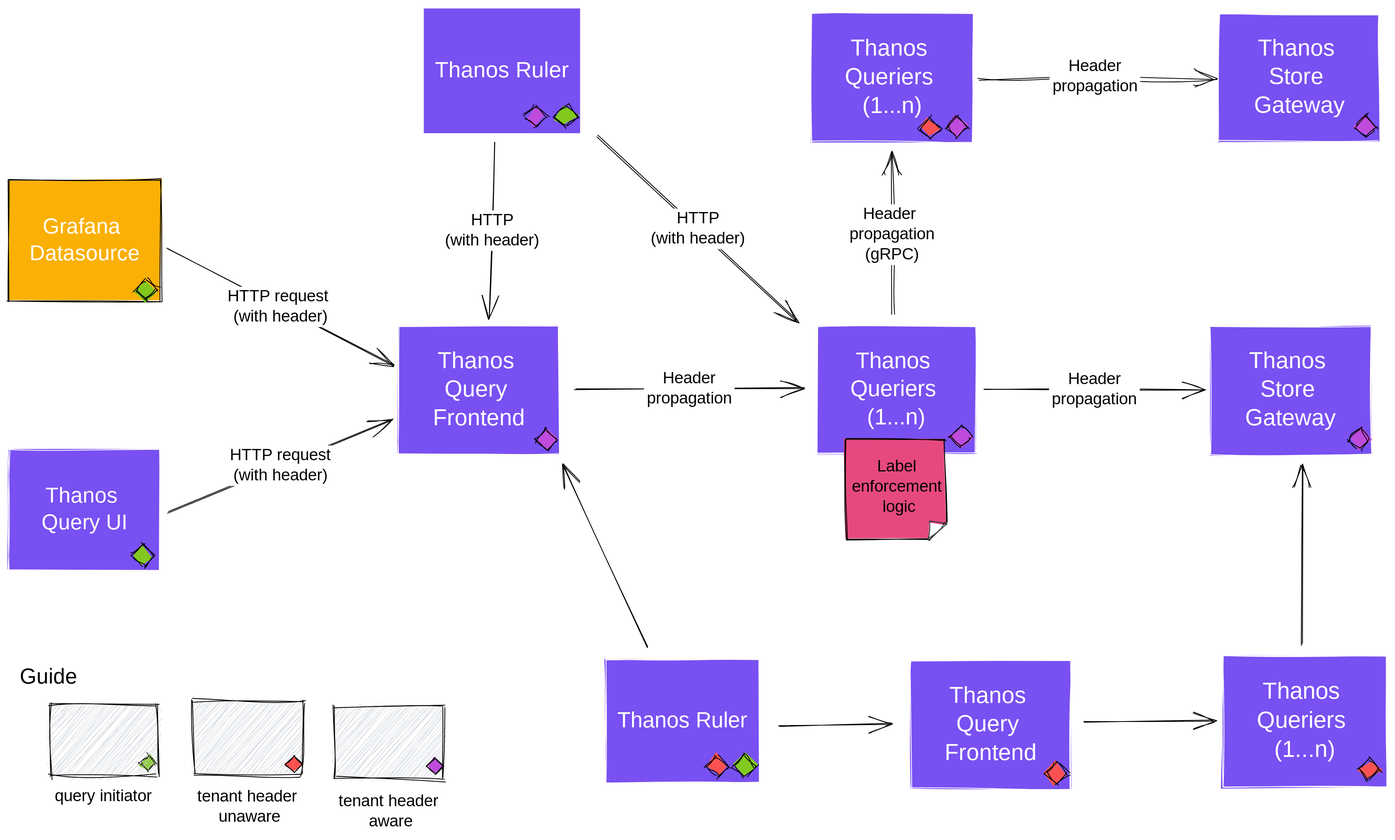
Before: docs/img/query-path-tenancy-proposal-diagram.svg, a diagram exported from Excalidraw (thanos-io/thanos). Source tidied: one line per element, renumbered; positions are measured from the earlier drawing's top-left corner, leaving out a move shared by most shapes.
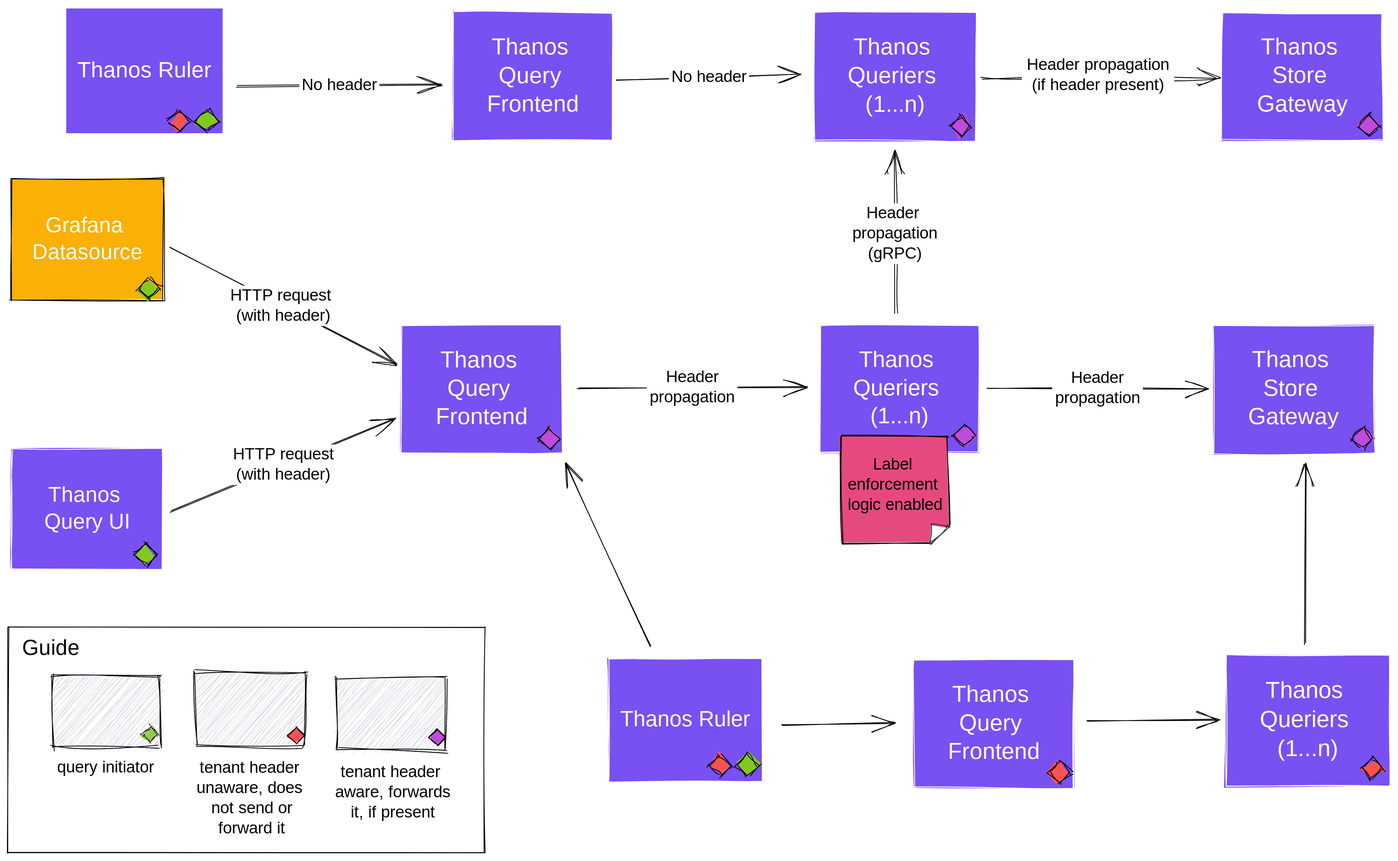
After the commit.

The edit, as a diff of the source:
```diff
@@ -12,8 +12,8 @@
 {"id": 11, "type": "text", "text": "HTTP request \n(with header)", "strokeColor": "#000000", "strokeWidth": 1, "roughness": 1, "fontSize": 20, "fontFamily": 1, "textAlign": "center", "verticalAlign": "middle", "inside": 10, "x": 261, "y": 345, "width": 151, "height": 50}
 {"id": 12, "type": "arrow", "strokeColor": "#000000", "strokeWidth": 1, "roughness": 1, "endArrowhead": "arrow", "round": true, "from": 4, "to": 6, "x": 198, "y": 624, "width": 278, "height": 116, "points": [[0, 0], [278, -116]]}
 {"id": 13, "type": "text", "text": "HTTP request\n(with header)", "strokeColor": "#000000", "strokeWidth": 1, "roughness": 1, "fontSize": 20, "fontFamily": 1, "textAlign": "center", "verticalAlign": "middle", "inside": 12, "x": 266, "y": 541, "width": 141, "height": 50}
-{"id": 14, "type": "arrow", "strokeColor": "#000000", "backgroundColor": "#7950f2", "fillStyle": "hachure", "strokeWidth": 1, "roughness": 1, "endArrowhead": "arrow", "round": true, "from": 51, "to": 0, "x": 729, "y": 158, "width": 249, "height": 230, "points": [[0, 0], [249, 230]]}
+{"id": 14, "type": "arrow", "strokeColor": "#000000", "backgroundColor": "#7950f2", "fillStyle": "hachure", "strokeWidth": 1, "roughness": 1, "endArrowhead": "arrow", "round": true, "from": 51, "to": 69, "x": 279, "y": 98, "width": 253, "height": 2, "points": [[0, 0], [253, -2]]}
-{"id": 15, "type": "text", "text": "HTTP\n(with header)", "strokeColor": "#000000", "strokeWidth": 1, "roughness": 1, "fontSize": 20, "fontFamily": 1, "textAlign": "center", "verticalAlign": "middle", "inside": 14, "x": 790, "y": 250, "width": 128, "height": 50}
+{"id": 15, "type": "text", "text": "No header", "strokeColor": "#000000", "strokeWidth": 1, "roughness": 1, "fontSize": 20, "fontFamily": 1, "textAlign": "center", "verticalAlign": "middle", "inside": 14, "x": 348, "y": 81, "width": 99, "height": 25}
 {"id": 16, "type": "rectangle", "strokeColor": "#fff", "backgroundColor": "#7950f2", "fillStyle": "solid", "strokeWidth": 1, "roughness": 1, "x": 1116, "y": 807, "width": 199, "height": 159}
 {"id": 17, "type": "text", "text": "Thanos \nQuery \nFrontend", "strokeColor": "#fff", "strokeWidth": 1, "roughness": 1, "fontSize": 28.25, "fontFamily": 1, "textAlign": "center", "verticalAlign": "middle", "inside": 16, "x": 1156, "y": 834, "width": 118, "height": 106}
 {"id": 18, "type": "rectangle", "strokeColor": "#fff", "backgroundColor": "#7950f2", "fillStyle": "solid", "strokeWidth": 1, "roughness": 1, "x": 739, "y": 806, "width": 191, "height": 152}
@@ -27,43 +27,45 @@
 {"id": 26, "type": "text", "text": "Header\npropagation", "strokeColor": "#000000", "backgroundColor": "#7950f2", "fillStyle": "solid", "strokeWidth": 1, "roughness": 1, "fontSize": 20, "fontFamily": 1, "textAlign": "center", "verticalAlign": "middle", "inside": 25, "x": 786, "y": 446, "width": 112, "height": 50}
 {"id": 27, "type": "arrow", "strokeColor": "#000000", "strokeWidth": 1, "roughness": 1, "endArrowhead": "arrow", "from": 0, "to": 8, "x": 1207, "y": 471, "width": 273, "height": 1, "points": [[0, 0], [273, 1]]}
 {"id": 28, "type": "text", "text": "Header\npropagation", "strokeColor": "#000000", "strokeWidth": 1, "roughness": 1, "fontSize": 20, "fontFamily": 1, "textAlign": "center", "verticalAlign": "middle", "inside": 27, "x": 1288, "y": 447, "width": 112, "height": 50}
-{"id": 29, "type": "line", "strokeColor": "#000000", "backgroundColor": "#e64980", "fillStyle": "solid", "strokeWidth": 1, "roughness": 1, "x": 1035, "y": 534, "width": 126, "height": 124, "points": [[0, 0], [123, 0], [126, 104], [105, 123], [1, 124], [0, 0]]}
+{"id": 29, "type": "line", "strokeColor": "#000000", "backgroundColor": "#e64980", "fillStyle": "solid", "strokeWidth": 1, "roughness": 1, "x": 1026, "y": 531, "width": 135, "height": 133, "points": [[0, 0], [132, 0], [135, 111], [113, 132], [1, 133], [0, 0]]}
-{"id": 30, "type": "line", "strokeColor": "#343a40", "backgroundColor": "white", "fillStyle": "solid", "strokeWidth": 1, "roughness": 1, "x": 1160, "y": 638, "width": 21, "height": 23, "points": [[0, 0], [-20, -3], [-21, 20], [0, 0]]}
+{"id": 30, "type": "line", "strokeColor": "#343a40", "backgroundColor": "white", "fillStyle": "solid", "strokeWidth": 1, "roughness": 1, "x": 1160, "y": 643, "width": 23, "height": 24, "points": [[0, 0], [-22, -3], [-23, 21], [0, 0]]}
-{"id": 31, "type": "text", "text": "Label \nenforcement \nlogic", "strokeColor": "#000000", "strokeWidth": 1, "roughness": 1, "fontSize": 20, "fontFamily": 1, "textAlign": "center", "x": 1040, "y": 555, "width": 125, "height": 75}
+{"id": 31, "type": "text", "text": "Label \nenforcement \nlogic enabled", "strokeColor": "#000000", "strokeWidth": 1, "roughness": 1, "fontSize": 19.97, "fontFamily": 1, "textAlign": "center", "x": 1031, "y": 554, "width": 125, "height": 75}
-{"id": 32, "type": "arrow", "strokeColor": "#000000", "backgroundColor": "#fab005", "fillStyle": "solid", "strokeWidth": 1, "roughness": 1, "endArrowhead": "arrow", "from": 51, "to": 6, "x": 602, "y": 167, "width": 6, "height": 217, "points": [[0, 0], [-6, 217]]}
+{"id": 32, "type": "arrow", "strokeColor": "#000000", "backgroundColor": "#fab005", "fillStyle": "solid", "strokeWidth": 1, "roughness": 1, "endArrowhead": "arrow", "from": 69, "to": 65, "x": 748, "y": 91, "width": 229, "height": 8, "points": [[0, 0], [229, -8]]}
-{"id": 33, "type": "text", "text": "HTTP\n(with header)", "strokeColor": "#000000", "backgroundColor": "#fab005", "fillStyle": "solid", "strokeWidth": 1, "roughness": 1, "fontSize": 20, "fontFamily": 1, "textAlign": "center", "verticalAlign": "middle", "inside": 32, "x": 535, "y": 250, "width": 128, "height": 50}
+{"id": 33, "type": "text", "text": "No header", "strokeColor": "#000000", "backgroundColor": "#fab005", "fillStyle": "solid", "strokeWidth": 1, "roughness": 1, "fontSize": 20, "fontFamily": 1, "textAlign": "center", "verticalAlign": "middle", "inside": 32, "x": 814, "y": 74, "width": 99, "height": 25}
 {"id": 34, "type": "arrow", "strokeColor": "#000000", "backgroundColor": "#fab005", "fillStyle": "solid", "strokeWidth": 1, "roughness": 1, "endArrowhead": "arrow", "from": 18, "to": 6, "x": 791, "y": 790, "width": 104, "height": 225, "points": [[0, 0], [-104, -225]]}
 {"id": 35, "type": "diamond", "strokeColor": "#000000", "backgroundColor": "#82c91e", "fillStyle": "solid", "strokeWidth": 1, "roughness": 2, "x": 157, "y": 335, "width": 27, "height": 26}
 {"id": 36, "type": "diamond", "strokeColor": "#000000", "backgroundColor": "#82c91e", "fillStyle": "solid", "strokeWidth": 1, "roughness": 2, "x": 153, "y": 664, "width": 27, "height": 26}
 {"id": 37, "type": "diamond", "strokeColor": "#000000", "backgroundColor": "#82c91e", "fillStyle": "solid", "strokeWidth": 1, "roughness": 2, "x": 897, "y": 924, "width": 27, "height": 26}
 {"id": 38, "type": "arrow", "strokeColor": "#000000", "backgroundColor": "#82c91e", "fillStyle": "solid", "strokeWidth": 1, "roughness": 2, "endArrowhead": "arrow", "from": 0, "to": 65, "x": 1094, "y": 380, "width": 2, "height": 199, "points": [[0, 0], [-2, -199]]}
 {"id": 39, "type": "text", "text": "Header \npropagation\n(gRPC)", "strokeColor": "#000000", "backgroundColor": "#82c91e", "fillStyle": "solid", "strokeWidth": 1, "roughness": 2, "fontSize": 20, "fontFamily": 1, "textAlign": "center", "verticalAlign": "middle", "inside": 38, "x": 1037, "y": 243, "width": 112, "height": 75}
-{"id": 40, "type": "diamond", "strokeColor": "#000000", "backgroundColor": "#82c91e", "fillStyle": "solid", "strokeWidth": 1, "roughness": 2, "x": 162, "y": 924, "width": 20, "height": 20}
+{"id": 40, "type": "diamond", "strokeColor": "#000000", "backgroundColor": "#82c91e", "fillStyle": "solid", "strokeWidth": 1, "roughness": 2, "x": 161, "y": 889, "width": 20, "height": 20}
-{"id": 41, "type": "rectangle", "strokeColor": "#000000", "backgroundColor": "#ced4da", "fillStyle": "hachure", "strokeWidth": 1, "roughness": 2, "x": 51, "y": 861, "width": 135, "height": 90}
+{"id": 41, "type": "rectangle", "strokeColor": "#000000", "backgroundColor": "#ced4da", "fillStyle": "hachure", "strokeWidth": 1, "roughness": 2, "x": 50, "y": 827, "width": 135, "height": 90}
-{"id": 42, "type": "text", "text": "query initiator", "strokeColor": "#000000", "backgroundColor": "#ced4da", "fillStyle": "hachure", "strokeWidth": 1, "roughness": 2, "fontSize": 20, "fontFamily": 1, "textAlign": "center", "x": 48, "y": 962, "width": 139, "height": 25}
+{"id": 42, "type": "text", "text": "query initiator", "strokeColor": "#000000", "backgroundColor": "#ced4da", "fillStyle": "hachure", "strokeWidth": 1, "roughness": 2, "fontSize": 20, "fontFamily": 1, "textAlign": "center", "x": 47, "y": 928, "width": 139, "height": 25}
 {"id": 43, "type": "rectangle", "strokeColor": "#fff", "backgroundColor": "#7950f2", "fillStyle": "solid", "strokeWidth": 1, "roughness": 1, "x": 1498, "y": 7, "width": 199, "height": 159}
 {"id": 44, "type": "text", "text": "Thanos \nStore \nGateway", "strokeColor": "#fff", "strokeWidth": 1, "roughness": 1, "fontSize": 28.22, "fontFamily": 1, "textAlign": "center", "verticalAlign": "middle", "inside": 43, "x": 1536, "y": 33, "width": 122, "height": 106}
 {"id": 45, "type": "arrow", "strokeColor": "#000000", "backgroundColor": "#ced4da", "fillStyle": "hachure", "strokeWidth": 1, "roughness": 2, "endArrowhead": "arrow", "from": 65, "to": 43, "x": 1200, "y": 90, "width": 294, "height": 6, "points": [[0, 0], [144, -5], [294, 1]]}
-{"id": 46, "type": "text", "text": "Header\npropagation", "strokeColor": "#000000", "backgroundColor": "#ced4da", "fillStyle": "hachure", "strokeWidth": 1, "roughness": 2, "fontSize": 20, "fontFamily": 1, "textAlign": "center", "verticalAlign": "middle", "inside": 45, "x": 1288, "y": 60, "width": 112, "height": 50}
+{"id": 46, "type": "text", "text": "Header propagation\n(if header present)", "strokeColor": "#000000", "backgroundColor": "#ced4da", "fillStyle": "hachure", "strokeWidth": 1, "roughness": 2, "fontSize": 20, "fontFamily": 1, "textAlign": "center", "verticalAlign": "middle", "inside": 45, "x": 1250, "y": 60, "width": 188, "height": 50}
-{"id": 47, "type": "text", "text": "Guide", "strokeColor": "#000000", "backgroundColor": "#ced4da", "fillStyle": "hachure", "strokeWidth": 1, "roughness": 2, "fontSize": 26.58, "fontFamily": 1, "textAlign": "center", "x": 14, "y": 811, "width": 72, "height": 33}
+{"id": 47, "type": "text", "text": "Guide", "strokeColor": "#000000", "backgroundColor": "#ced4da", "fillStyle": "hachure", "strokeWidth": 1, "roughness": 2, "fontSize": 26.58, "fontFamily": 1, "textAlign": "center", "x": 13, "y": 777, "width": 72, "height": 33}
 {"id": 48, "type": "diamond", "strokeColor": "#000000", "backgroundColor": "#fa5252", "fillStyle": "solid", "strokeWidth": 1, "roughness": 2, "x": 863, "y": 924, "width": 27, "height": 26}
 {"id": 49, "type": "diamond", "strokeColor": "#000000", "backgroundColor": "#fa5252", "fillStyle": "solid", "strokeWidth": 1, "roughness": 2, "x": 1283, "y": 933, "width": 27, "height": 26}
 {"id": 50, "type": "diamond", "strokeColor": "#000000", "backgroundColor": "#fa5252", "fillStyle": "solid", "strokeWidth": 1, "roughness": 2, "x": 1669, "y": 927, "width": 27, "height": 26}
-{"id": 51, "type": "rectangle", "strokeColor": "#fff", "backgroundColor": "#7950f2", "fillStyle": "solid", "strokeWidth": 1, "roughness": 0, "x": 513, "y": 0, "width": 194, "height": 155}
+{"id": 51, "type": "rectangle", "strokeColor": "#fff", "backgroundColor": "#7950f2", "fillStyle": "solid", "strokeWidth": 1, "roughness": 0, "x": 68, "y": 1, "width": 194, "height": 155}
-{"id": 52, "type": "text", "text": "Thanos Ruler", "strokeColor": "#fff", "strokeWidth": 1, "roughness": 1, "fontSize": 27.52, "fontFamily": 1, "textAlign": "center", "verticalAlign": "middle", "inside": 51, "x": 521, "y": 60, "width": 179, "height": 34}
+{"id": 52, "type": "text", "text": "Thanos Ruler", "strokeColor": "#fff", "strokeWidth": 1, "roughness": 1, "fontSize": 27.52, "fontFamily": 1, "textAlign": "center", "verticalAlign": "middle", "inside": 51, "x": 75, "y": 62, "width": 179, "height": 34}
-{"id": 53, "type": "diamond", "strokeColor": "#000000", "backgroundColor": "#82c91e", "fillStyle": "solid", "strokeWidth": 1, "roughness": 2, "x": 676, "y": 121, "width": 27, "height": 26}
+{"id": 53, "type": "diamond", "strokeColor": "#000000", "backgroundColor": "#82c91e", "fillStyle": "solid", "strokeWidth": 1, "roughness": 2, "x": 228, "y": 128, "width": 27, "height": 26}
-{"id": 54, "type": "diamond", "strokeColor": "#000000", "backgroundColor": "#be4bdb", "fillStyle": "solid", "strokeWidth": 1, "roughness": 2, "x": 639, "y": 119, "width": 27, "height": 26}
+{"id": 54, "type": "diamond", "strokeColor": "#000000", "backgroundColor": "#fa5252", "fillStyle": "solid", "strokeWidth": 1, "roughness": 2, "x": 194, "y": 127, "width": 27, "height": 26}
 {"id": 55, "type": "diamond", "strokeColor": "#000000", "backgroundColor": "#be4bdb", "fillStyle": "solid", "strokeWidth": 1, "roughness": 2, "x": 652, "y": 520, "width": 27, "height": 26}
 {"id": 56, "type": "diamond", "strokeColor": "#000000", "backgroundColor": "#be4bdb", "fillStyle": "solid", "strokeWidth": 1, "roughness": 2, "x": 1165, "y": 516, "width": 27, "height": 26}
 {"id": 57, "type": "diamond", "strokeColor": "#000000", "backgroundColor": "#be4bdb", "fillStyle": "solid", "strokeWidth": 1, "roughness": 2, "x": 1665, "y": 133, "width": 27, "height": 26}
 {"id": 58, "type": "diamond", "strokeColor": "#000000", "backgroundColor": "#be4bdb", "fillStyle": "solid", "strokeWidth": 1, "roughness": 2, "x": 1657, "y": 520, "width": 27, "height": 26}
-{"id": 59, "type": "rectangle", "strokeColor": "#000000", "backgroundColor": "#ced4da", "fillStyle": "hachure", "strokeWidth": 1, "roughness": 2, "x": 229, "y": 857, "width": 135, "height": 90}
+{"id": 59, "type": "rectangle", "strokeColor": "#000000", "backgroundColor": "#ced4da", "fillStyle": "hachure", "strokeWidth": 1, "roughness": 2, "x": 228, "y": 823, "width": 135, "height": 90}
-{"id": 60, "type": "diamond", "strokeColor": "#000000", "backgroundColor": "#fa5252", "fillStyle": "solid", "strokeWidth": 1, "roughness": 1, "x": 343, "y": 925, "width": 20, "height": 20}
+{"id": 60, "type": "diamond", "strokeColor": "#000000", "backgroundColor": "#fa5252", "fillStyle": "solid", "strokeWidth": 1, "roughness": 1, "x": 342, "y": 891, "width": 20, "height": 20}
-{"id": 61, "type": "text", "text": "tenant header \nunaware", "strokeColor": "#000000", "backgroundColor": "#ced4da", "fillStyle": "hachure", "strokeWidth": 1, "roughness": 2, "fontSize": 20, "fontFamily": 1, "textAlign": "center", "x": 223, "y": 963, "width": 151, "height": 50}
+{"id": 61, "type": "text", "text": "tenant header \nunaware, does \nnot send or\nforward it", "strokeColor": "#000000", "backgroundColor": "#ced4da", "fillStyle": "hachure", "strokeWidth": 1, "roughness": 2, "fontSize": 20, "fontFamily": 1, "textAlign": "center", "x": 222, "y": 929, "width": 151, "height": 100}
-{"id": 62, "type": "rectangle", "strokeColor": "#000000", "backgroundColor": "#ced4da", "fillStyle": "hachure", "strokeWidth": 1, "roughness": 2, "x": 403, "y": 864, "width": 135, "height": 90}
+{"id": 62, "type": "rectangle", "strokeColor": "#000000", "backgroundColor": "#ced4da", "fillStyle": "hachure", "strokeWidth": 1, "roughness": 2, "x": 403, "y": 829, "width": 135, "height": 90}
-{"id": 63, "type": "diamond", "strokeColor": "#000000", "backgroundColor": "#be4bdb", "fillStyle": "solid", "strokeWidth": 1, "roughness": 1, "x": 517, "y": 927, "width": 20, "height": 20}
+{"id": 63, "type": "diamond", "strokeColor": "#000000", "backgroundColor": "#be4bdb", "fillStyle": "solid", "strokeWidth": 1, "roughness": 1, "x": 517, "y": 893, "width": 20, "height": 20}
-{"id": 64, "type": "text", "text": "tenant header \naware", "strokeColor": "#000000", "backgroundColor": "#ced4da", "fillStyle": "hachure", "strokeWidth": 1, "roughness": 2, "fontSize": 20, "fontFamily": 1, "textAlign": "center", "x": 398, "y": 969, "width": 151, "height": 50}
 {"id": 65, "type": "rectangle", "strokeColor": "#fff", "backgroundColor": "#7950f2", "fillStyle": "solid", "strokeWidth": 1, "roughness": 1, "x": 993, "y": 6, "width": 201, "height": 160}
 {"id": 66, "type": "text", "text": "Thanos \nQueriers \n(1...n)", "strokeColor": "#fff", "strokeWidth": 1, "roughness": 1, "fontSize": 28.47, "fontFamily": 1, "textAlign": "center", "verticalAlign": "middle", "inside": 65, "x": 1030, "y": 33, "width": 128, "height": 107}
-{"id": 67, "type": "diamond", "strokeColor": "#000000", "backgroundColor": "#be4bdb", "fillStyle": "solid", "strokeWidth": 1, "roughness": 2, "x": 1160, "y": 133, "width": 27, "height": 26}
-{"id": 68, "type": "diamond", "strokeColor": "#000000", "backgroundColor": "#fa5252", "fillStyle": "solid", "strokeWidth": 1, "roughness": 2, "x": 1126, "y": 136, "width": 27, "height": 26}
+{"id": 64, "type": "text", "text": "tenant header \naware, forwards\nit, if present", "strokeColor": "#000000", "backgroundColor": "#ced4da", "fillStyle": "hachure", "strokeWidth": 1, "roughness": 2, "fontSize": 20, "fontFamily": 1, "textAlign": "center", "x": 393, "y": 934, "width": 159, "height": 75}
+{"id": 69, "type": "rectangle", "strokeColor": "#fff", "backgroundColor": "#7950f2", "fillStyle": "solid", "strokeWidth": 1, "roughness": 1, "x": 546, "y": 7, "width": 199, "height": 159}
+{"id": 70, "type": "text", "text": "Thanos \nQuery \nFrontend", "strokeColor": "#fff", "strokeWidth": 1, "roughness": 1, "fontSize": 28.18, "fontFamily": 1, "textAlign": "center", "verticalAlign": "middle", "inside": 69, "x": 587, "y": 33, "width": 118, "height": 106}
+{"id": 71, "type": "rectangle", "strokeColor": "#000000", "strokeWidth": 1, "roughness": 1, "x": -4, "y": 767, "width": 589, "height": 279}
+{"id": 72, "type": "diamond", "strokeColor": "#000000", "backgroundColor": "#be4bdb", "fillStyle": "solid", "strokeWidth": 1, "roughness": 2, "x": 1161, "y": 134, "width": 27, "height": 26}
```
